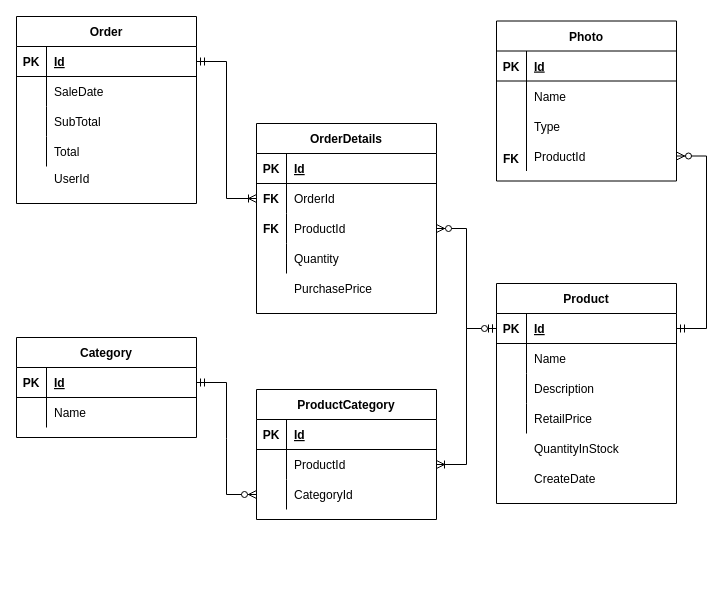
Before: Documentation/erd-data.drawio in hbux/HBuxPartnersProject, a draw.io diagram. Source tidied: cells renumbered, new cells numbered last; positions are measured from the earlier drawing's top-left corner, leaving out a move shared by most shapes. Both pictures are drawn from the tidied source at 100%, with x=0, y=0 at pixel (16, 16).
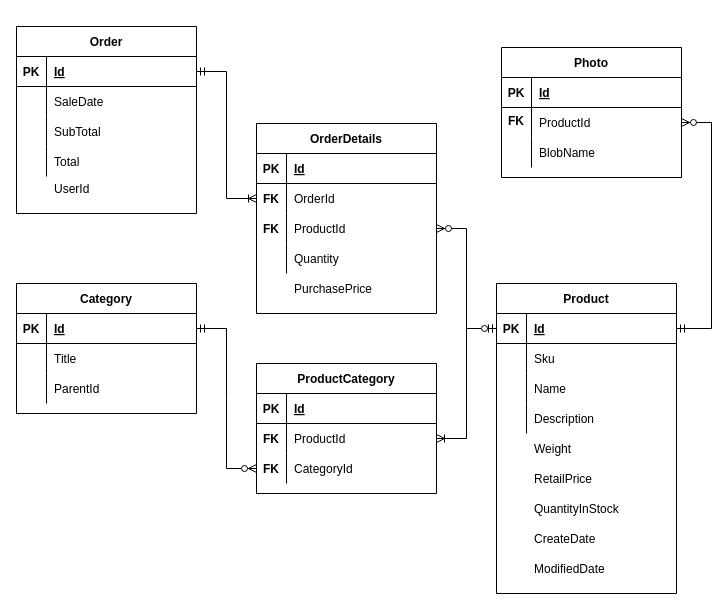
The same page after the edit.

Unchanged cells that the change refers to:
```xml
<mxCell id="32" style="shape=tableRow;horizontal=0;startSize=0;swimlaneHead=0;swimlaneBody=0;fillColor=none;points=[[0,0.5],[1,0.5]];portConstraint=eastwest;top=0;left=0;right=0;bottom=1;" parent="31" vertex="1">
  <mxGeometry y="30" width="180" height="30" as="geometry" />
</mxCell>
<mxCell id="35" style="shape=tableRow;horizontal=0;startSize=0;swimlaneHead=0;swimlaneBody=0;fillColor=none;top=0;left=0;right=0;bottom=0;" parent="31" vertex="1">
  <mxGeometry y="60" width="180" height="30" as="geometry" />
</mxCell>
<mxCell id="38" style="shape=tableRow;horizontal=0;startSize=0;swimlaneHead=0;swimlaneBody=0;fillColor=none;top=0;left=0;right=0;bottom=0;" parent="31" vertex="1">
  <mxGeometry y="90" width="180" height="30" as="geometry" />
</mxCell>
<mxCell id="41" style="shape=tableRow;horizontal=0;startSize=0;swimlaneHead=0;swimlaneBody=0;fillColor=none;top=0;left=0;right=0;bottom=0;" parent="31" vertex="1">
  <mxGeometry y="120" width="180" height="30" as="geometry" />
</mxCell>
<mxCell id="57" style="shape=tableRow;horizontal=0;startSize=0;swimlaneHead=0;swimlaneBody=0;fillColor=none;top=0;left=0;right=0;bottom=0;" parent="1" vertex="1">
  <mxGeometry x="480" y="417" width="180" height="30" as="geometry" />
</mxCell>
<mxCell id="60" style="shape=tableRow;horizontal=0;startSize=0;swimlaneHead=0;swimlaneBody=0;fillColor=none;top=0;left=0;right=0;bottom=0;" parent="1" vertex="1">
  <mxGeometry x="480" y="447" width="180" height="30" as="geometry" />
</mxCell>
```

The edit, as a diff of the source:
```diff
@@
     <mxCell id="2" value="Order" style="shape=table;startSize=30;childLayout=tableLayout;rowLines=0;fontStyle=1;align=center;" parent="1" vertex="1">
-      <mxGeometry width="180" height="187" as="geometry" />
+      <mxGeometry y="10" width="180" height="187" as="geometry" />
     </mxCell>
@@
     <mxCell id="31" value="Product" style="shape=table;startSize=30;childLayout=tableLayout;rowLines=0;fontStyle=1;align=center;" parent="1" vertex="1">
-      <mxGeometry x="480" y="267" width="180" height="220" as="geometry" />
+      <mxGeometry x="480" y="267" width="180" height="310" as="geometry" />
     </mxCell>
@@
-    <mxCell id="37" value="Name" style="shape=partialRectangle;fillColor=none;top=0;left=0;bottom=0;right=0;align=left;spacingLeft=6;overflow=hidden;" parent="35" vertex="1">
+    <mxCell id="37" value="Sku" style="shape=partialRectangle;fillColor=none;top=0;left=0;bottom=0;right=0;align=left;spacingLeft=6;overflow=hidden;" parent="35" vertex="1">
       <mxGeometry x="30" width="150" height="30" as="geometry" />
     </mxCell>
@@
-    <mxCell id="40" value="Description" style="shape=partialRectangle;fillColor=none;top=0;left=0;bottom=0;right=0;align=left;spacingLeft=6;overflow=hidden;" parent="38" vertex="1">
+    <mxCell id="40" value="Name" style="shape=partialRectangle;fillColor=none;top=0;left=0;bottom=0;right=0;align=left;spacingLeft=6;overflow=hidden;" parent="38" vertex="1">
       <mxGeometry x="30" width="150" height="30" as="geometry" />
     </mxCell>
@@
-    <mxCell id="43" value="RetailPrice" style="shape=partialRectangle;fillColor=none;top=0;left=0;bottom=0;right=0;align=left;spacingLeft=6;overflow=hidden;" parent="41" vertex="1">
+    <mxCell id="43" value="Description" style="shape=partialRectangle;fillColor=none;top=0;left=0;bottom=0;right=0;align=left;spacingLeft=6;overflow=hidden;" parent="41" vertex="1">
       <mxGeometry x="30" width="150" height="30" as="geometry" />
     </mxCell>
-    <mxCell id="44" value="Photo" style="shape=table;startSize=30;childLayout=tableLayout;rowLines=0;fontStyle=1;align=center;" parent="1" vertex="1">
-      <mxGeometry x="480" y="4.5" width="180" height="160" as="geometry" />
-    </mxCell>
-    <mxCell id="45" style="shape=tableRow;horizontal=0;startSize=0;swimlaneHead=0;swimlaneBody=0;fillColor=none;top=0;left=0;right=0;bottom=1;" parent="44" vertex="1">
-      <mxGeometry y="30" width="180" height="30" as="geometry" />
-    </mxCell>
-    <mxCell id="46" value="PK" style="shape=partialRectangle;fillColor=none;top=0;left=0;bottom=0;right=0;fontStyle=1;overflow=hidden;" parent="45" vertex="1">
-      <mxGeometry width="30" height="30" as="geometry" />
-    </mxCell>
-    <mxCell id="47" value="Id" style="shape=partialRectangle;fillColor=none;top=0;left=0;bottom=0;right=0;align=left;spacingLeft=6;fontStyle=5;overflow=hidden;" parent="45" vertex="1">
-      <mxGeometry x="30" width="150" height="30" as="geometry" />
-    </mxCell>
-    <mxCell id="48" style="shape=tableRow;horizontal=0;startSize=0;swimlaneHead=0;swimlaneBody=0;fillColor=none;top=0;left=0;right=0;bottom=0;" parent="44" vertex="1">
-      <mxGeometry y="60" width="180" height="30" as="geometry" />
-    </mxCell>
-    <mxCell id="49" style="shape=partialRectangle;fillColor=none;top=0;left=0;bottom=0;right=0;overflow=hidden;" parent="48" vertex="1">
-      <mxGeometry width="30" height="30" as="geometry" />
-    </mxCell>
-    <mxCell id="50" value="Name" style="shape=partialRectangle;fillColor=none;top=0;left=0;bottom=0;right=0;align=left;spacingLeft=6;overflow=hidden;" parent="48" vertex="1">
-      <mxGeometry x="30" width="150" height="30" as="geometry" />
-    </mxCell>
-    <mxCell id="51" style="shape=tableRow;horizontal=0;startSize=0;swimlaneHead=0;swimlaneBody=0;fillColor=none;top=0;left=0;right=0;bottom=0;" parent="44" vertex="1">
-      <mxGeometry y="90" width="180" height="30" as="geometry" />
-    </mxCell>
-    <mxCell id="52" style="shape=partialRectangle;fillColor=none;top=0;left=0;bottom=0;right=0;overflow=hidden;" parent="51" vertex="1">
-      <mxGeometry width="30" height="30" as="geometry" />
-    </mxCell>
-    <mxCell id="53" value="Type" style="shape=partialRectangle;fillColor=none;top=0;left=0;bottom=0;right=0;align=left;spacingLeft=6;overflow=hidden;" parent="51" vertex="1">
-      <mxGeometry x="30" width="150" height="30" as="geometry" />
-    </mxCell>
-    <mxCell id="54" style="shape=tableRow;horizontal=0;startSize=0;swimlaneHead=0;swimlaneBody=0;fillColor=none;points=[[0,0.5],[1,0.5]];portConstraint=eastwest;top=0;left=0;right=0;bottom=0;" parent="44" vertex="1">
-      <mxGeometry y="120" width="180" height="30" as="geometry" />
-    </mxCell>
-    <mxCell id="55" style="shape=partialRectangle;fillColor=none;top=0;left=0;bottom=0;right=0;overflow=hidden;" parent="54" vertex="1">
-      <mxGeometry width="30" height="30" as="geometry" />
-    </mxCell>
-    <mxCell id="56" value="ProductId" style="shape=partialRectangle;fillColor=none;top=0;left=0;bottom=0;right=0;align=left;spacingLeft=6;overflow=hidden;" parent="54" vertex="1">
-      <mxGeometry x="30" width="150" height="30" as="geometry" />
-    </mxCell>
@@
-    <mxCell id="59" value="QuantityInStock" style="shape=partialRectangle;fillColor=none;top=0;left=0;bottom=0;right=0;align=left;spacingLeft=6;overflow=hidden;" parent="57" vertex="1">
+    <mxCell id="59" value="Weight" style="shape=partialRectangle;fillColor=none;top=0;left=0;bottom=0;right=0;align=left;spacingLeft=6;overflow=hidden;" parent="57" vertex="1">
       <mxGeometry x="30" width="150" height="30" as="geometry" />
     </mxCell>
@@
-    <mxCell id="62" value="CreateDate" style="shape=partialRectangle;fillColor=none;top=0;left=0;bottom=0;right=0;align=left;spacingLeft=6;overflow=hidden;" parent="60" vertex="1">
+    <mxCell id="62" value="RetailPrice" style="shape=partialRectangle;fillColor=none;top=0;left=0;bottom=0;right=0;align=left;spacingLeft=6;overflow=hidden;" parent="60" vertex="1">
       <mxGeometry x="30" width="150" height="30" as="geometry" />
     </mxCell>
@@
-    <mxCell id="65" style="edgeStyle=entityRelationEdgeStyle;fontSize=12;html=1;endArrow=ERzeroToMany;startArrow=ERmandOne;rounded=0;" parent="1" edge="1" source="32" target="54">
-      <mxGeometry relative="1" as="geometry" />
-    </mxCell>
@@
-    <mxCell id="67" value="FK" style="shape=partialRectangle;fillColor=none;top=0;left=0;bottom=0;right=0;fontStyle=1;overflow=hidden;" parent="1" vertex="1">
-      <mxGeometry x="480" y="127" width="30" height="30" as="geometry" />
-    </mxCell>
@@
     <mxCell id="69" style="shape=tableRow;horizontal=0;startSize=0;swimlaneHead=0;swimlaneBody=0;fillColor=none;top=0;left=0;right=0;bottom=0;" parent="1" vertex="1">
-      <mxGeometry y="147" width="180" height="30" as="geometry" />
+      <mxGeometry y="157" width="180" height="30" as="geometry" />
     </mxCell>
@@
     <mxCell id="72" value="Category" style="shape=table;startSize=30;childLayout=tableLayout;rowLines=0;fontStyle=1;align=center;" parent="1" vertex="1">
-      <mxGeometry y="321" width="180" height="100" as="geometry" />
+      <mxGeometry y="267" width="180" height="130" as="geometry" />
     </mxCell>
-    <mxCell id="73" style="shape=tableRow;horizontal=0;startSize=0;swimlaneHead=0;swimlaneBody=0;fillColor=none;points=[[0,0.5],[1,0.5]];portConstraint=eastwest;top=0;left=0;right=0;bottom=1;" parent="72" vertex="1">
-      <mxGeometry y="30" width="180" height="30" as="geometry" />
-    </mxCell>
-    <mxCell id="74" value="PK" style="shape=partialRectangle;fillColor=none;top=0;left=0;bottom=0;right=0;fontStyle=1;overflow=hidden;" parent="73" vertex="1">
-      <mxGeometry width="30" height="30" as="geometry" />
-    </mxCell>
-    <mxCell id="75" value="Id" style="shape=partialRectangle;fillColor=none;top=0;left=0;bottom=0;right=0;align=left;spacingLeft=6;fontStyle=5;overflow=hidden;" parent="73" vertex="1">
-      <mxGeometry x="30" width="150" height="30" as="geometry" />
-    </mxCell>
-    <mxCell id="76" style="shape=tableRow;horizontal=0;startSize=0;swimlaneHead=0;swimlaneBody=0;fillColor=none;top=0;left=0;right=0;bottom=0;" parent="72" vertex="1">
-      <mxGeometry y="60" width="180" height="30" as="geometry" />
-    </mxCell>
-    <mxCell id="77" style="shape=partialRectangle;fillColor=none;top=0;left=0;bottom=0;right=0;overflow=hidden;" parent="76" vertex="1">
-      <mxGeometry width="30" height="30" as="geometry" />
-    </mxCell>
-    <mxCell id="78" value="Name" style="shape=partialRectangle;fillColor=none;top=0;left=0;bottom=0;right=0;align=left;spacingLeft=6;overflow=hidden;" parent="76" vertex="1">
-      <mxGeometry x="30" width="150" height="30" as="geometry" />
-    </mxCell>
+    <mxCell id="91" style="shape=tableRow;horizontal=0;startSize=0;swimlaneHead=0;swimlaneBody=0;fillColor=none;points=[[0,0.5],[1,0.5]];portConstraint=eastwest;top=0;left=0;right=0;bottom=1;" parent="72" vertex="1">
+      <mxGeometry y="30" width="180" height="30" as="geometry" />
+    </mxCell>
+    <mxCell id="92" value="PK" style="shape=partialRectangle;fillColor=none;top=0;left=0;bottom=0;right=0;fontStyle=1;overflow=hidden;" parent="91" vertex="1">
+      <mxGeometry width="30" height="30" as="geometry" />
+    </mxCell>
+    <mxCell id="93" value="Id" style="shape=partialRectangle;fillColor=none;top=0;left=0;bottom=0;right=0;align=left;spacingLeft=6;fontStyle=5;overflow=hidden;" parent="91" vertex="1">
+      <mxGeometry x="30" width="150" height="30" as="geometry" />
+    </mxCell>
+    <mxCell id="94" style="shape=tableRow;horizontal=0;startSize=0;swimlaneHead=0;swimlaneBody=0;fillColor=none;top=0;left=0;right=0;bottom=0;" parent="72" vertex="1">
+      <mxGeometry y="60" width="180" height="30" as="geometry" />
+    </mxCell>
+    <mxCell id="95" style="shape=partialRectangle;fillColor=none;top=0;left=0;bottom=0;right=0;overflow=hidden;" parent="94" vertex="1">
+      <mxGeometry width="30" height="30" as="geometry" />
+    </mxCell>
+    <mxCell id="96" value="Title" style="shape=partialRectangle;fillColor=none;top=0;left=0;bottom=0;right=0;align=left;spacingLeft=6;overflow=hidden;" parent="94" vertex="1">
+      <mxGeometry x="30" width="150" height="30" as="geometry" />
+    </mxCell>
+    <mxCell id="97" style="shape=tableRow;horizontal=0;startSize=0;swimlaneHead=0;swimlaneBody=0;fillColor=none;top=0;left=0;right=0;bottom=0;" parent="72" vertex="1">
+      <mxGeometry y="90" width="180" height="30" as="geometry" />
+    </mxCell>
+    <mxCell id="98" style="shape=partialRectangle;fillColor=none;top=0;left=0;bottom=0;right=0;overflow=hidden;" parent="97" vertex="1">
+      <mxGeometry width="30" height="30" as="geometry" />
+    </mxCell>
+    <mxCell id="99" value="ParentId" style="shape=partialRectangle;fillColor=none;top=0;left=0;bottom=0;right=0;align=left;spacingLeft=6;overflow=hidden;" parent="97" vertex="1">
+      <mxGeometry x="30" width="150" height="30" as="geometry" />
+    </mxCell>
     <mxCell id="79" value="ProductCategory" style="shape=table;startSize=30;childLayout=tableLayout;rowLines=0;fontStyle=1;align=center;" parent="1" vertex="1">
-      <mxGeometry x="240" y="373" width="180" height="130" as="geometry" />
+      <mxGeometry x="240" y="347" width="180" height="130" as="geometry" />
     </mxCell>
-    <mxCell id="80" style="shape=tableRow;horizontal=0;startSize=0;swimlaneHead=0;swimlaneBody=0;fillColor=none;top=0;left=0;right=0;bottom=1;" parent="79" vertex="1">
-      <mxGeometry y="30" width="180" height="30" as="geometry" />
-    </mxCell>
-    <mxCell id="81" value="PK" style="shape=partialRectangle;fillColor=none;top=0;left=0;bottom=0;right=0;fontStyle=1;overflow=hidden;" parent="80" vertex="1">
-      <mxGeometry width="30" height="30" as="geometry" />
-    </mxCell>
-    <mxCell id="82" value="Id" style="shape=partialRectangle;fillColor=none;top=0;left=0;bottom=0;right=0;align=left;spacingLeft=6;fontStyle=5;overflow=hidden;" parent="80" vertex="1">
-      <mxGeometry x="30" width="150" height="30" as="geometry" />
-    </mxCell>
-    <mxCell id="83" style="shape=tableRow;horizontal=0;startSize=0;swimlaneHead=0;swimlaneBody=0;fillColor=none;points=[[0,0.5],[1,0.5]];portConstraint=eastwest;top=0;left=0;right=0;bottom=0;" parent="79" vertex="1">
-      <mxGeometry y="60" width="180" height="30" as="geometry" />
-    </mxCell>
-    <mxCell id="84" style="shape=partialRectangle;fillColor=none;top=0;left=0;bottom=0;right=0;overflow=hidden;" parent="83" vertex="1">
-      <mxGeometry width="30" height="30" as="geometry" />
-    </mxCell>
-    <mxCell id="85" value="ProductId" style="shape=partialRectangle;fillColor=none;top=0;left=0;bottom=0;right=0;align=left;spacingLeft=6;overflow=hidden;" parent="83" vertex="1">
-      <mxGeometry x="30" width="150" height="30" as="geometry" />
-    </mxCell>
-    <mxCell id="86" style="shape=tableRow;horizontal=0;startSize=0;swimlaneHead=0;swimlaneBody=0;fillColor=none;points=[[0,0.5],[1,0.5]];portConstraint=eastwest;top=0;left=0;right=0;bottom=0;" parent="79" vertex="1">
-      <mxGeometry y="90" width="180" height="30" as="geometry" />
-    </mxCell>
-    <mxCell id="87" style="shape=partialRectangle;fillColor=none;top=0;left=0;bottom=0;right=0;overflow=hidden;" parent="86" vertex="1">
-      <mxGeometry width="30" height="30" as="geometry" />
-    </mxCell>
+    <mxCell id="100" style="shape=tableRow;horizontal=0;startSize=0;swimlaneHead=0;swimlaneBody=0;fillColor=none;top=0;left=0;right=0;bottom=1;" parent="79" vertex="1">
+      <mxGeometry y="30" width="180" height="30" as="geometry" />
+    </mxCell>
+    <mxCell id="101" value="PK" style="shape=partialRectangle;fillColor=none;top=0;left=0;bottom=0;right=0;fontStyle=1;overflow=hidden;" parent="100" vertex="1">
+      <mxGeometry width="30" height="30" as="geometry" />
+    </mxCell>
+    <mxCell id="102" value="Id" style="shape=partialRectangle;fillColor=none;top=0;left=0;bottom=0;right=0;align=left;spacingLeft=6;fontStyle=5;overflow=hidden;" parent="100" vertex="1">
+      <mxGeometry x="30" width="150" height="30" as="geometry" />
+    </mxCell>
+    <mxCell id="103" style="shape=tableRow;horizontal=0;startSize=0;swimlaneHead=0;swimlaneBody=0;fillColor=none;points=[[0,0.5],[1,0.5]];portConstraint=eastwest;top=0;left=0;right=0;bottom=0;" parent="79" vertex="1">
+      <mxGeometry y="60" width="180" height="30" as="geometry" />
+    </mxCell>
+    <mxCell id="104" style="shape=partialRectangle;fillColor=none;top=0;left=0;bottom=0;right=0;overflow=hidden;" parent="103" vertex="1">
+      <mxGeometry width="30" height="30" as="geometry" />
+    </mxCell>
+    <mxCell id="105" value="ProductId" style="shape=partialRectangle;fillColor=none;top=0;left=0;bottom=0;right=0;align=left;spacingLeft=6;overflow=hidden;" parent="103" vertex="1">
+      <mxGeometry x="30" width="150" height="30" as="geometry" />
+    </mxCell>
+    <mxCell id="106" style="shape=tableRow;horizontal=0;startSize=0;swimlaneHead=0;swimlaneBody=0;fillColor=none;points=[[0,0.5],[1,0.5]];portConstraint=eastwest;top=0;left=0;right=0;bottom=0;" parent="79" vertex="1">
+      <mxGeometry y="90" width="180" height="30" as="geometry" />
+    </mxCell>
+    <mxCell id="107" style="shape=partialRectangle;fillColor=none;top=0;left=0;bottom=0;right=0;overflow=hidden;" parent="106" vertex="1">
+      <mxGeometry width="30" height="30" as="geometry" />
+    </mxCell>
-    <mxCell id="88" value="CategoryId" style="shape=partialRectangle;fillColor=none;top=0;left=0;bottom=0;right=0;align=left;spacingLeft=6;overflow=hidden;" parent="86" vertex="1">
+    <mxCell id="88" value="CategoryId" style="shape=partialRectangle;fillColor=none;top=0;left=0;bottom=0;right=0;align=left;spacingLeft=6;overflow=hidden;" parent="106" vertex="1">
       <mxGeometry x="30" width="150" height="30" as="geometry" />
     </mxCell>
-    <mxCell id="89" style="edgeStyle=entityRelationEdgeStyle;fontSize=12;html=1;endArrow=ERoneToMany;startArrow=ERzeroToOne;rounded=0;" parent="1" edge="1" source="32" target="83">
-      <mxGeometry relative="1" as="geometry" />
-    </mxCell>
-    <mxCell id="90" style="edgeStyle=entityRelationEdgeStyle;fontSize=12;html=1;endArrow=ERzeroToMany;startArrow=ERmandOne;rounded=0;" parent="1" edge="1" source="73" target="86">
-      <mxGeometry relative="1" as="geometry" />
-    </mxCell>
+    <mxCell id="108" style="edgeStyle=entityRelationEdgeStyle;fontSize=12;html=1;endArrow=ERoneToMany;startArrow=ERzeroToOne;rounded=0;" parent="1" edge="1" source="32" target="103">
+      <mxGeometry relative="1" as="geometry" />
+    </mxCell>
+    <mxCell id="109" style="edgeStyle=entityRelationEdgeStyle;fontSize=12;html=1;endArrow=ERzeroToMany;startArrow=ERmandOne;rounded=0;" parent="1" edge="1" source="91" target="106">
+      <mxGeometry relative="1" as="geometry" />
+    </mxCell>
+    <mxCell id="110" style="shape=tableRow;horizontal=0;startSize=0;swimlaneHead=0;swimlaneBody=0;fillColor=none;top=0;left=0;right=0;bottom=0;" parent="1" vertex="1">
+      <mxGeometry x="480" y="477" width="180" height="30" as="geometry" />
+    </mxCell>
+    <mxCell id="111" style="shape=partialRectangle;fillColor=none;top=0;left=0;bottom=0;right=0;overflow=hidden;" parent="110" vertex="1">
+      <mxGeometry width="30" height="30" as="geometry" />
+    </mxCell>
+    <mxCell id="112" value="QuantityInStock" style="shape=partialRectangle;fillColor=none;top=0;left=0;bottom=0;right=0;align=left;spacingLeft=6;overflow=hidden;" parent="110" vertex="1">
+      <mxGeometry x="30" width="150" height="30" as="geometry" />
+    </mxCell>
+    <mxCell id="113" style="shape=tableRow;horizontal=0;startSize=0;swimlaneHead=0;swimlaneBody=0;fillColor=none;top=0;left=0;right=0;bottom=0;" parent="1" vertex="1">
+      <mxGeometry x="480" y="507" width="180" height="30" as="geometry" />
+    </mxCell>
+    <mxCell id="114" style="shape=partialRectangle;fillColor=none;top=0;left=0;bottom=0;right=0;overflow=hidden;" parent="113" vertex="1">
+      <mxGeometry width="30" height="30" as="geometry" />
+    </mxCell>
+    <mxCell id="115" value="CreateDate" style="shape=partialRectangle;fillColor=none;top=0;left=0;bottom=0;right=0;align=left;spacingLeft=6;overflow=hidden;" parent="113" vertex="1">
+      <mxGeometry x="30" width="150" height="30" as="geometry" />
+    </mxCell>
+    <mxCell id="116" style="shape=tableRow;horizontal=0;startSize=0;swimlaneHead=0;swimlaneBody=0;fillColor=none;top=0;left=0;right=0;bottom=0;" parent="1" vertex="1">
+      <mxGeometry x="480" y="537" width="180" height="30" as="geometry" />
+    </mxCell>
+    <mxCell id="117" style="shape=partialRectangle;fillColor=none;top=0;left=0;bottom=0;right=0;overflow=hidden;" parent="116" vertex="1">
+      <mxGeometry width="30" height="30" as="geometry" />
+    </mxCell>
+    <mxCell id="118" value="ModifiedDate" style="shape=partialRectangle;fillColor=none;top=0;left=0;bottom=0;right=0;align=left;spacingLeft=6;overflow=hidden;" parent="116" vertex="1">
+      <mxGeometry x="30" width="150" height="30" as="geometry" />
+    </mxCell>
+    <mxCell id="44" value="Photo" style="shape=table;startSize=30;childLayout=tableLayout;rowLines=0;fontStyle=1;align=center;" parent="1" vertex="1">
+      <mxGeometry x="485" y="31" width="180" height="130" as="geometry" />
+    </mxCell>
+    <mxCell id="119" style="shape=tableRow;horizontal=0;startSize=0;swimlaneHead=0;swimlaneBody=0;fillColor=none;top=0;left=0;right=0;bottom=1;" parent="44" vertex="1">
+      <mxGeometry y="30" width="180" height="30" as="geometry" />
+    </mxCell>
+    <mxCell id="120" value="PK" style="shape=partialRectangle;fillColor=none;top=0;left=0;bottom=0;right=0;fontStyle=1;overflow=hidden;" parent="119" vertex="1">
+      <mxGeometry width="30" height="30" as="geometry" />
+    </mxCell>
+    <mxCell id="121" value="Id" style="shape=partialRectangle;fillColor=none;top=0;left=0;bottom=0;right=0;align=left;spacingLeft=6;fontStyle=5;overflow=hidden;" parent="119" vertex="1">
+      <mxGeometry x="30" width="150" height="30" as="geometry" />
+    </mxCell>
+    <mxCell id="122" style="shape=tableRow;horizontal=0;startSize=0;swimlaneHead=0;swimlaneBody=0;fillColor=none;points=[[0,0.5],[1,0.5]];portConstraint=eastwest;top=0;left=0;right=0;bottom=0;" parent="44" vertex="1">
+      <mxGeometry y="60" width="180" height="30" as="geometry" />
+    </mxCell>
+    <mxCell id="123" style="shape=partialRectangle;fillColor=none;top=0;left=0;bottom=0;right=0;overflow=hidden;" parent="122" vertex="1">
+      <mxGeometry width="30" height="30" as="geometry" />
+    </mxCell>
+    <mxCell id="124" value="ProductId" style="shape=partialRectangle;fillColor=none;top=0;left=0;bottom=0;right=0;align=left;spacingLeft=6;overflow=hidden;" parent="122" vertex="1">
+      <mxGeometry x="30" width="150" height="30" as="geometry" />
+    </mxCell>
+    <mxCell id="125" style="shape=tableRow;horizontal=0;startSize=0;swimlaneHead=0;swimlaneBody=0;fillColor=none;top=0;left=0;right=0;bottom=0;" parent="44" vertex="1">
+      <mxGeometry y="90" width="180" height="30" as="geometry" />
+    </mxCell>
+    <mxCell id="126" style="shape=partialRectangle;fillColor=none;top=0;left=0;bottom=0;right=0;overflow=hidden;" parent="125" vertex="1">
+      <mxGeometry width="30" height="30" as="geometry" />
+    </mxCell>
+    <mxCell id="127" value="BlobName" style="shape=partialRectangle;fillColor=none;top=0;left=0;bottom=0;right=0;align=left;spacingLeft=6;overflow=hidden;" parent="125" vertex="1">
+      <mxGeometry x="30" width="150" height="30" as="geometry" />
+    </mxCell>
+    <mxCell id="128" style="edgeStyle=entityRelationEdgeStyle;fontSize=12;html=1;endArrow=ERzeroToMany;startArrow=ERmandOne;rounded=0;" parent="1" edge="1" source="32" target="122">
+      <mxGeometry relative="1" as="geometry" />
+    </mxCell>
+    <mxCell id="129" value="FK" style="shape=partialRectangle;fillColor=none;top=0;left=0;bottom=0;right=0;fontStyle=1;overflow=hidden;" parent="1" vertex="1">
+      <mxGeometry x="240" y="407" width="30" height="30" as="geometry" />
+    </mxCell>
+    <mxCell id="130" value="FK" style="shape=partialRectangle;fillColor=none;top=0;left=0;bottom=0;right=0;fontStyle=1;overflow=hidden;" parent="1" vertex="1">
+      <mxGeometry x="240" y="437" width="30" height="30" as="geometry" />
+    </mxCell>
+    <mxCell id="131" value="FK" style="shape=partialRectangle;fillColor=none;top=0;left=0;bottom=0;right=0;fontStyle=1;overflow=hidden;" parent="1" vertex="1">
+      <mxGeometry x="485" y="88.5" width="30" height="30" as="geometry" />
+    </mxCell>
```
